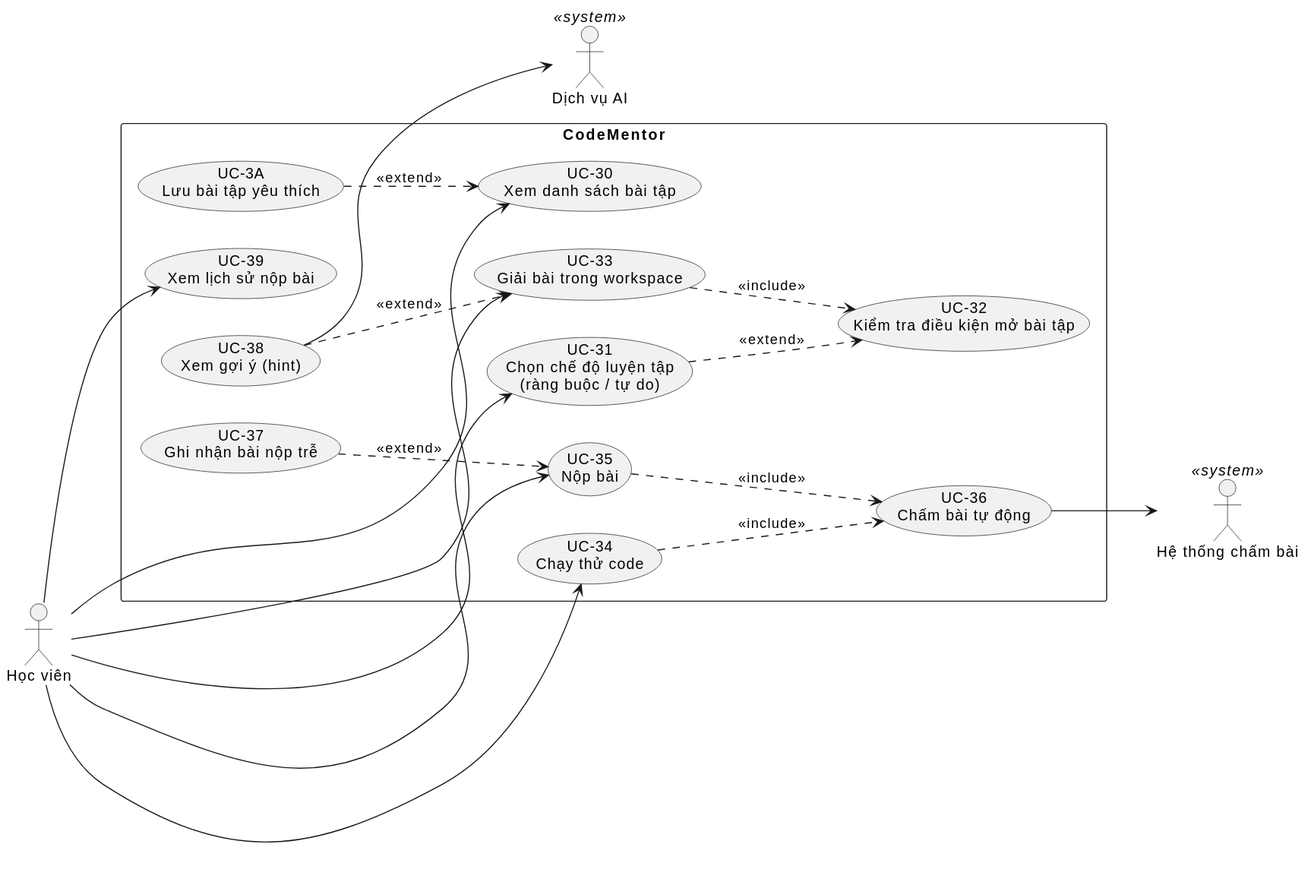
This is docs/diagrams/p4-practice.svg from codementor-official/codementor-infra, a PlantUML export, as it was before one commit.
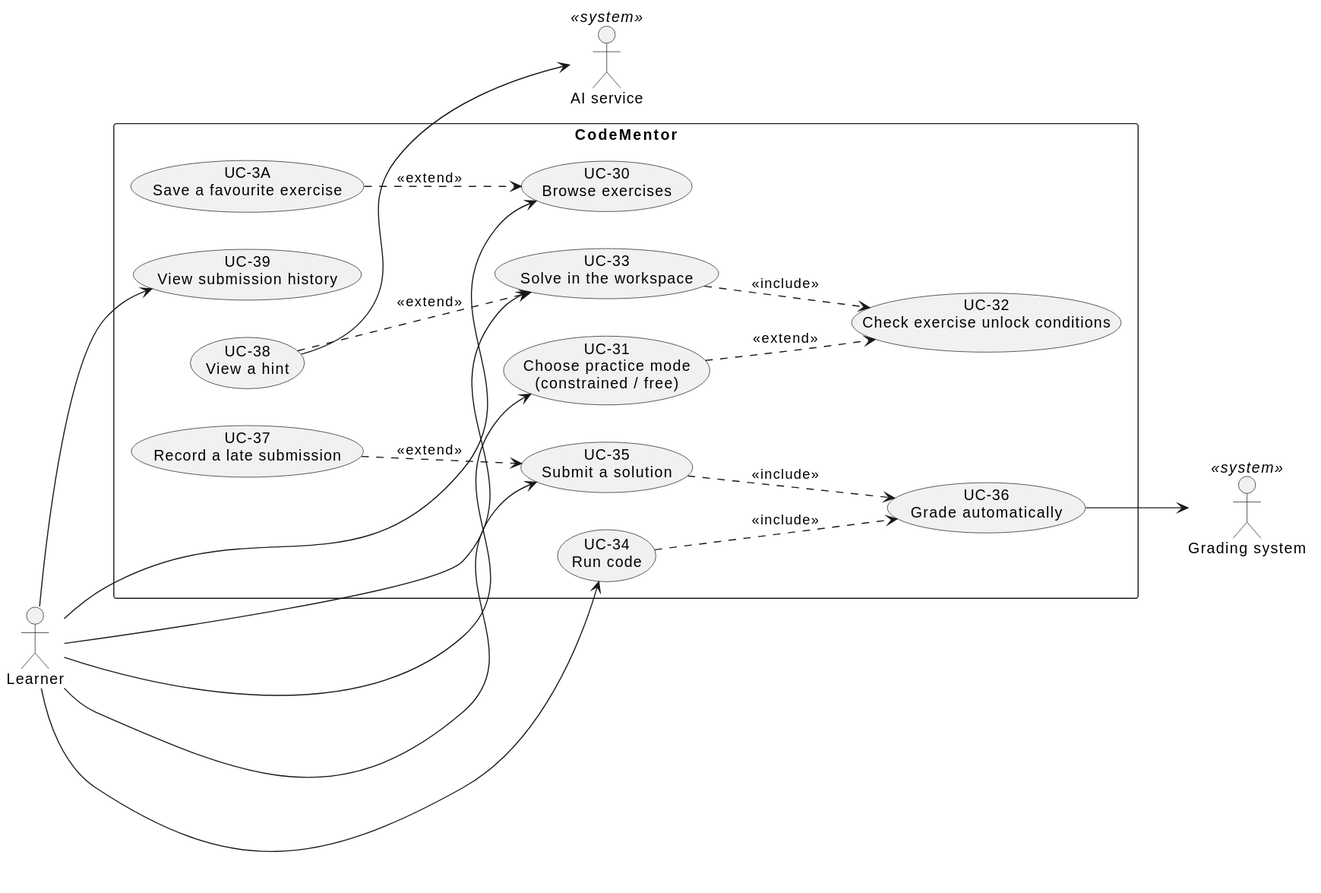
The same diagram one commit later.

What changed in the source:
```diff
@@ -1,19 +1,19 @@
 @startuml
 left to right direction
-actor "Học viên" as Learner
+actor "Learner" as Learner
 
 rectangle "CodeMentor" {
-  usecase "UC-30\nXem danh sách bài tập" as UC30
-  usecase "UC-31\nChọn chế độ luyện tập\n(ràng buộc / tự do)" as UC31
-  usecase "UC-32\nKiểm tra điều kiện mở bài tập" as UC32
-  usecase "UC-33\nGiải bài trong workspace" as UC33
-  usecase "UC-34\nChạy thử code" as UC34
-  usecase "UC-35\nNộp bài" as UC35
-  usecase "UC-36\nChấm bài tự động" as UC36
-  usecase "UC-37\nGhi nhận bài nộp trễ" as UC37
-  usecase "UC-38\nXem gợi ý (hint)" as UC38
-  usecase "UC-39\nXem lịch sử nộp bài" as UC39
-  usecase "UC-3A\nLưu bài tập yêu thích" as UC3A
+  usecase "UC-30\nBrowse exercises" as UC30
+  usecase "UC-31\nChoose practice mode\n(constrained / free)" as UC31
+  usecase "UC-32\nCheck exercise unlock conditions" as UC32
+  usecase "UC-33\nSolve in the workspace" as UC33
+  usecase "UC-34\nRun code" as UC34
+  usecase "UC-35\nSubmit a solution" as UC35
+  usecase "UC-36\nGrade automatically" as UC36
+  usecase "UC-37\nRecord a late submission" as UC37
+  usecase "UC-38\nView a hint" as UC38
+  usecase "UC-39\nView submission history" as UC39
+  usecase "UC-3A\nSave a favourite exercise" as UC3A
 
   UC33 ..> UC32 : <<include>>
   UC34 ..> UC36 : <<include>>
@@ -24,8 +24,8 @@
   UC3A ..> UC30 : <<extend>>
 }
 
-actor "Hệ thống chấm bài" as Judge <<system>>
-actor "Dịch vụ AI" as AI <<system>>
+actor "Grading system" as Judge <<system>>
+actor "AI service" as AI <<system>>
 
 Learner --> UC30
 Learner --> UC31
```
